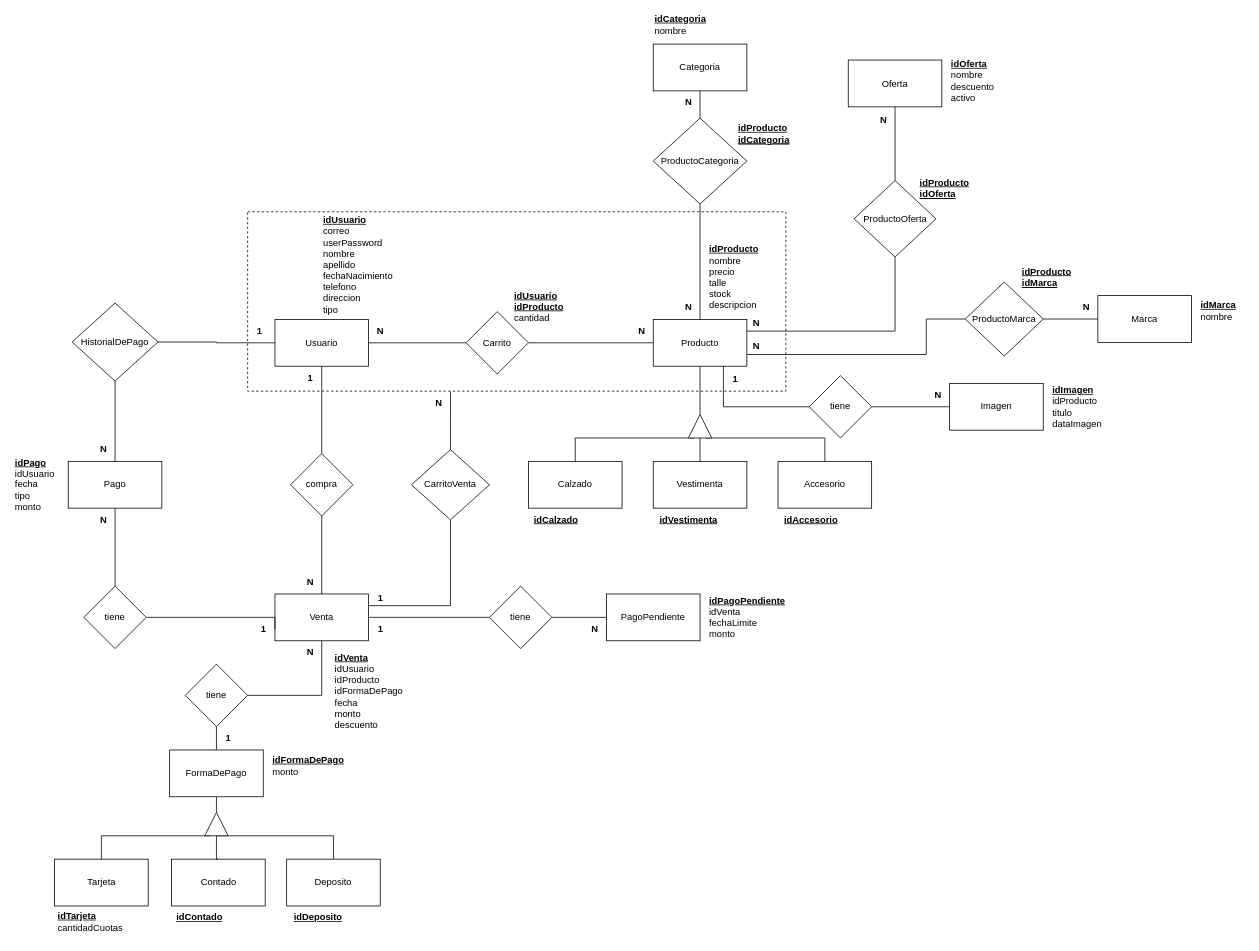
YolausGG/ProyectosReact-TrocheGodoy keeps this draw.io diagram as documentacion-Ecommerce/MEREcommerce.drawio. Above is the earlier version. Source tidied: cells renumbered, new cells numbered last; positions are measured from the earlier drawing's top-left corner, leaving out a move shared by most shapes. Both pictures are drawn from the tidied source at 78%, with x=0, y=0 at pixel (13, 16).
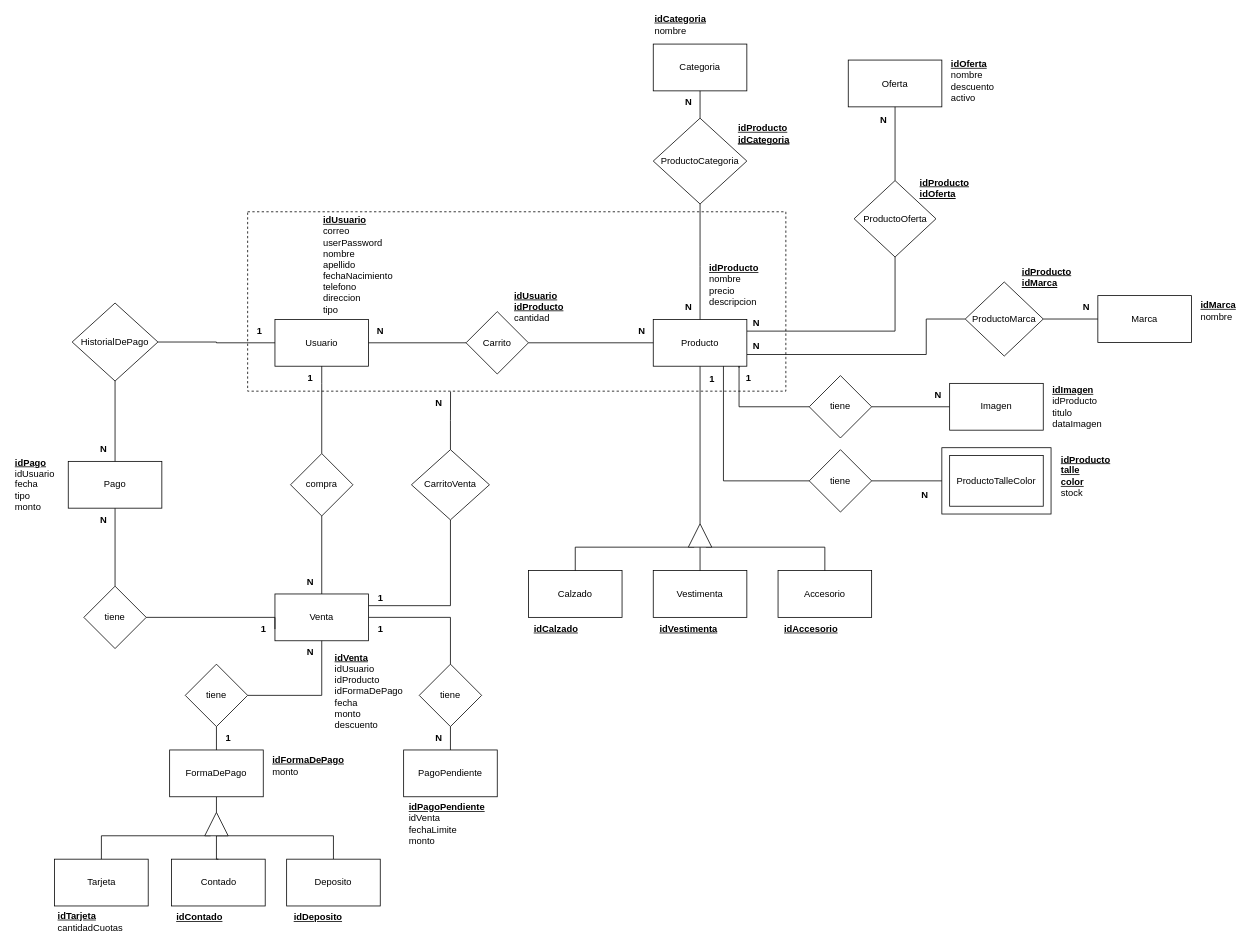
The same diagram, later.

Unchanged cells that the change refers to:
```xml
<mxCell id="6" value="Producto" style="rounded=0;whiteSpace=wrap;html=1;" parent="1" vertex="1">
  <mxGeometry x="820" y="388" width="120" height="60" as="geometry" />
</mxCell>
<mxCell id="11" value="Venta" style="whiteSpace=wrap;html=1;" parent="1" vertex="1">
  <mxGeometry x="335" y="740" width="120" height="60" as="geometry" />
</mxCell>
<mxCell id="91" value="tiene" style="rhombus;whiteSpace=wrap;html=1;" parent="1" vertex="1">
  <mxGeometry x="1020" y="460" width="80" height="80" as="geometry" />
</mxCell>
```

Change to the diagram source:
```diff
@@
-    <mxCell id="10" style="edgeStyle=orthogonalEdgeStyle;rounded=0;jettySize=auto;html=1;entryX=0;entryY=0.5;entryDx=0;entryDy=0;endArrow=none;endFill=0;" parent="1" edge="1" source="11" target="72">
+    <mxCell id="10" style="edgeStyle=orthogonalEdgeStyle;rounded=0;jettySize=auto;html=1;entryX=0.5;entryY=0;entryDx=0;entryDy=0;endArrow=none;endFill=0;" parent="1" edge="1" source="11" target="72">
       <mxGeometry relative="1" as="geometry" />
     </mxCell>
@@
-    <mxCell id="36" value="&lt;b style=&quot;border-color: var(--border-color); text-align: center;&quot;&gt;&lt;u style=&quot;border-color: var(--border-color);&quot;&gt;&lt;font style=&quot;border-color: var(--border-color);&quot;&gt;idProducto&lt;/font&gt;&lt;/u&gt;&lt;/b&gt;&lt;span style=&quot;font-weight: normal;&quot;&gt;&lt;br&gt;nombre&lt;br&gt;precio&lt;br&gt;&lt;div style=&quot;&quot;&gt;&lt;span style=&quot;background-color: initial;&quot;&gt;talle&lt;/span&gt;&lt;/div&gt;stock&lt;br&gt;descripcion&lt;br&gt;&lt;/span&gt;" style="text;html=1;strokeColor=none;fillColor=none;align=left;verticalAlign=middle;whiteSpace=wrap;rounded=0;fontStyle=1;" parent="1" vertex="1">
-      <mxGeometry x="890" y="290" width="70" height="88" as="geometry" />
+    <mxCell id="36" value="&lt;b style=&quot;border-color: var(--border-color); text-align: center;&quot;&gt;&lt;u style=&quot;border-color: var(--border-color);&quot;&gt;&lt;font style=&quot;border-color: var(--border-color);&quot;&gt;idProducto&lt;/font&gt;&lt;/u&gt;&lt;/b&gt;&lt;span style=&quot;font-weight: normal;&quot;&gt;&lt;br&gt;nombre&lt;br&gt;precio&lt;br&gt;descripcion&lt;br&gt;&lt;/span&gt;" style="text;html=1;strokeColor=none;fillColor=none;align=left;verticalAlign=middle;whiteSpace=wrap;rounded=0;fontStyle=1;" parent="1" vertex="1">
+      <mxGeometry x="890" y="310" width="70" height="68" as="geometry" />
     </mxCell>
     <mxCell id="37" value="Calzado" style="rounded=0;whiteSpace=wrap;html=1;" parent="1" vertex="1">
-      <mxGeometry x="660" y="570" width="120" height="60" as="geometry" />
+      <mxGeometry x="660" y="710" width="120" height="60" as="geometry" />
     </mxCell>
     <mxCell id="38" value="Vestimenta" style="rounded=0;whiteSpace=wrap;html=1;" parent="1" vertex="1">
-      <mxGeometry x="820" y="570" width="120" height="60" as="geometry" />
+      <mxGeometry x="820" y="710" width="120" height="60" as="geometry" />
     </mxCell>
     <mxCell id="39" value="Accesorio" style="rounded=0;whiteSpace=wrap;html=1;" parent="1" vertex="1">
-      <mxGeometry x="980" y="570" width="120" height="60" as="geometry" />
+      <mxGeometry x="980" y="710" width="120" height="60" as="geometry" />
     </mxCell>
     <mxCell id="40" style="edgeStyle=orthogonalEdgeStyle;rounded=0;jettySize=auto;html=1;exitX=0;exitY=0.75;exitDx=0;exitDy=0;entryX=0.5;entryY=0;entryDx=0;entryDy=0;endArrow=none;endFill=0;" parent="1" edge="1" source="43" target="39">
       <mxGeometry relative="1" as="geometry">
         <Array as="points">
-          <mxPoint x="1040" y="540" />
+          <mxPoint x="1040" y="680" />
         </Array>
       </mxGeometry>
     </mxCell>
     <mxCell id="41" style="edgeStyle=orthogonalEdgeStyle;rounded=0;jettySize=auto;html=1;exitX=0;exitY=0.25;exitDx=0;exitDy=0;entryX=0.5;entryY=0;entryDx=0;entryDy=0;endArrow=none;endFill=0;" parent="1" edge="1" source="43" target="37">
       <mxGeometry relative="1" as="geometry">
         <Array as="points">
-          <mxPoint x="720" y="540" />
+          <mxPoint x="720" y="680" />
         </Array>
       </mxGeometry>
     </mxCell>
@@
     <mxCell id="43" style="triangle;whiteSpace=wrap;html=1;rotation=-90;" parent="1" vertex="1">
-      <mxGeometry x="865" y="510" width="30" height="30" as="geometry" />
+      <mxGeometry x="865" y="650" width="30" height="30" as="geometry" />
     </mxCell>
@@
-    <mxCell id="70" style="edgeStyle=orthogonalEdgeStyle;rounded=0;jettySize=auto;html=1;exitX=1;exitY=0.5;exitDx=0;exitDy=0;entryX=0;entryY=0.5;entryDx=0;entryDy=0;endArrow=none;endFill=0;" parent="1" edge="1" source="72" target="71">
+    <mxCell id="70" style="edgeStyle=orthogonalEdgeStyle;rounded=0;jettySize=auto;html=1;exitX=0.5;exitY=1;exitDx=0;exitDy=0;entryX=0.5;entryY=0;entryDx=0;entryDy=0;endArrow=none;endFill=0;" parent="1" edge="1" source="72" target="71">
       <mxGeometry relative="1" as="geometry" />
     </mxCell>
     <mxCell id="71" value="PagoPendiente" style="rounded=0;whiteSpace=wrap;html=1;" parent="1" vertex="1">
-      <mxGeometry x="760" y="740" width="120" height="60" as="geometry" />
+      <mxGeometry x="500" y="940" width="120" height="60" as="geometry" />
     </mxCell>
     <mxCell id="72" value="tiene" style="rhombus;whiteSpace=wrap;html=1;" parent="1" vertex="1">
-      <mxGeometry x="610" y="730" width="80" height="80" as="geometry" />
+      <mxGeometry x="520" y="830" width="80" height="80" as="geometry" />
     </mxCell>
     <mxCell id="73" value="N" style="text;html=1;align=center;verticalAlign=middle;strokeColor=none;fillColor=none;fontStyle=1;" parent="1" vertex="1">
-      <mxGeometry x="730" y="770" width="30" height="30" as="geometry" />
+      <mxGeometry x="530" y="910" width="30" height="30" as="geometry" />
     </mxCell>
@@
     <mxCell id="81" value="&lt;u&gt;idPagoPendiente&lt;/u&gt;&lt;br style=&quot;border-color: var(--border-color); font-weight: 400;&quot;&gt;&lt;span style=&quot;font-weight: 400;&quot;&gt;idVenta&lt;/span&gt;&lt;br style=&quot;border-color: var(--border-color); font-weight: 400;&quot;&gt;&lt;span style=&quot;font-weight: 400;&quot;&gt;fechaLimite&lt;/span&gt;&lt;br style=&quot;border-color: var(--border-color); font-weight: 400;&quot;&gt;&lt;span style=&quot;font-weight: 400;&quot;&gt;monto&lt;/span&gt;&lt;br&gt;&lt;div style=&quot;font-weight: normal;&quot;&gt;&lt;/div&gt;" style="text;html=1;strokeColor=none;fillColor=none;align=left;verticalAlign=middle;whiteSpace=wrap;rounded=0;fontStyle=1;" parent="1" vertex="1">
-      <mxGeometry x="890" y="730" width="110" height="80" as="geometry" />
+      <mxGeometry x="505" y="995" width="110" height="80" as="geometry" />
     </mxCell>
@@
-    <mxCell id="90" style="edgeStyle=orthogonalEdgeStyle;rounded=0;jettySize=auto;html=1;exitX=0.75;exitY=1;exitDx=0;exitDy=0;entryX=0;entryY=0.5;entryDx=0;entryDy=0;endArrow=none;endFill=0;" parent="1" edge="1" source="6" target="91">
-      <mxGeometry relative="1" as="geometry" />
+    <mxCell id="90" style="edgeStyle=orthogonalEdgeStyle;rounded=0;jettySize=auto;html=1;entryX=0;entryY=0.5;entryDx=0;entryDy=0;endArrow=none;endFill=0;" parent="1" edge="1" target="91">
+      <mxGeometry relative="1" as="geometry">
+        <mxPoint x="930" y="450" as="sourcePoint" />
+        <Array as="points">
+          <mxPoint x="930" y="448" />
+          <mxPoint x="930" y="500" />
+        </Array>
+      </mxGeometry>
     </mxCell>
@@
     <mxCell id="92" value="1" style="text;html=1;align=center;verticalAlign=middle;strokeColor=none;fillColor=none;fontStyle=1;" parent="1" vertex="1">
-      <mxGeometry x="910" y="450" width="30" height="30" as="geometry" />
+      <mxGeometry x="927" y="448" width="30" height="30" as="geometry" />
     </mxCell>
@@
     <mxCell id="102" value="&lt;div style=&quot;text-align: left;&quot;&gt;&lt;span style=&quot;background-color: initial;&quot;&gt;&lt;b&gt;&lt;u&gt;idCalzado&lt;/u&gt;&lt;/b&gt;&lt;/span&gt;&lt;/div&gt;" style="text;html=1;align=center;verticalAlign=middle;strokeColor=none;fillColor=none;" parent="1" vertex="1">
-      <mxGeometry x="655" y="630" width="80" height="30" as="geometry" />
+      <mxGeometry x="655" y="770" width="80" height="30" as="geometry" />
     </mxCell>
     <mxCell id="103" value="&lt;div style=&quot;text-align: left;&quot;&gt;&lt;span style=&quot;background-color: initial;&quot;&gt;&lt;b&gt;&lt;u&gt;idVestimenta&lt;/u&gt;&lt;/b&gt;&lt;/span&gt;&lt;/div&gt;" style="text;html=1;align=center;verticalAlign=middle;strokeColor=none;fillColor=none;" parent="1" vertex="1">
-      <mxGeometry x="815" y="630" width="100" height="30" as="geometry" />
+      <mxGeometry x="815" y="770" width="100" height="30" as="geometry" />
     </mxCell>
     <mxCell id="104" value="&lt;div style=&quot;text-align: left;&quot;&gt;&lt;span style=&quot;background-color: initial;&quot;&gt;&lt;b&gt;&lt;u&gt;idAccesorio&lt;/u&gt;&lt;/b&gt;&lt;/span&gt;&lt;/div&gt;" style="text;html=1;align=center;verticalAlign=middle;strokeColor=none;fillColor=none;" parent="1" vertex="1">
-      <mxGeometry x="977" y="630" width="90" height="30" as="geometry" />
+      <mxGeometry x="977" y="770" width="90" height="30" as="geometry" />
     </mxCell>
+    <mxCell id="105" value="ProductoTalleColor" style="rounded=0;whiteSpace=wrap;html=1;" parent="1" vertex="1">
+      <mxGeometry x="1200" y="562.5" width="120" height="65" as="geometry" />
+    </mxCell>
+    <mxCell id="106" style="edgeStyle=orthogonalEdgeStyle;rounded=0;jettySize=auto;html=1;entryX=0;entryY=0.5;entryDx=0;entryDy=0;endArrow=none;endFill=0;" parent="1" edge="1" source="107" target="111">
+      <mxGeometry relative="1" as="geometry" />
+    </mxCell>
+    <mxCell id="107" value="tiene" style="rhombus;whiteSpace=wrap;html=1;" parent="1" vertex="1">
+      <mxGeometry x="1020" y="555" width="80" height="80" as="geometry" />
+    </mxCell>
+    <mxCell id="108" style="endArrow=none;html=1;rounded=0;entryX=0;entryY=0.5;entryDx=0;entryDy=0;edgeStyle=orthogonalEdgeStyle;exitX=0.75;exitY=1;exitDx=0;exitDy=0;" parent="1" edge="1" source="6" target="107">
+      <mxGeometry relative="1" as="geometry">
+        <Array as="points">
+          <mxPoint x="910" y="595" />
+        </Array>
+      </mxGeometry>
+    </mxCell>
+    <mxCell id="109" value="1" style="text;html=1;align=center;verticalAlign=middle;strokeColor=none;fillColor=none;fontStyle=1;" parent="1" vertex="1">
+      <mxGeometry x="880" y="450" width="30" height="30" as="geometry" />
+    </mxCell>
+    <mxCell id="110" value="N" style="text;html=1;align=center;verticalAlign=middle;strokeColor=none;fillColor=none;fontStyle=1;" parent="1" vertex="1">
+      <mxGeometry x="1152.5" y="597.5" width="30" height="30" as="geometry" />
+    </mxCell>
+    <mxCell id="111" style="rounded=0;whiteSpace=wrap;html=1;glass=0;fillColor=none;" parent="1" vertex="1">
+      <mxGeometry x="1190" y="552.5" width="140" height="85" as="geometry" />
+    </mxCell>
+    <mxCell id="112" value="&lt;u style=&quot;&quot;&gt;idProducto&lt;br&gt;talle&lt;br&gt;&lt;/u&gt;&lt;u style=&quot;&quot;&gt;color&lt;/u&gt;&lt;br&gt;&lt;span style=&quot;font-weight: normal;&quot;&gt;stock&lt;/span&gt;" style="text;html=1;strokeColor=none;fillColor=none;align=left;verticalAlign=middle;whiteSpace=wrap;rounded=0;fontStyle=1;" parent="1" vertex="1">
+      <mxGeometry x="1341" y="555" width="70" height="68" as="geometry" />
+    </mxCell>
```
